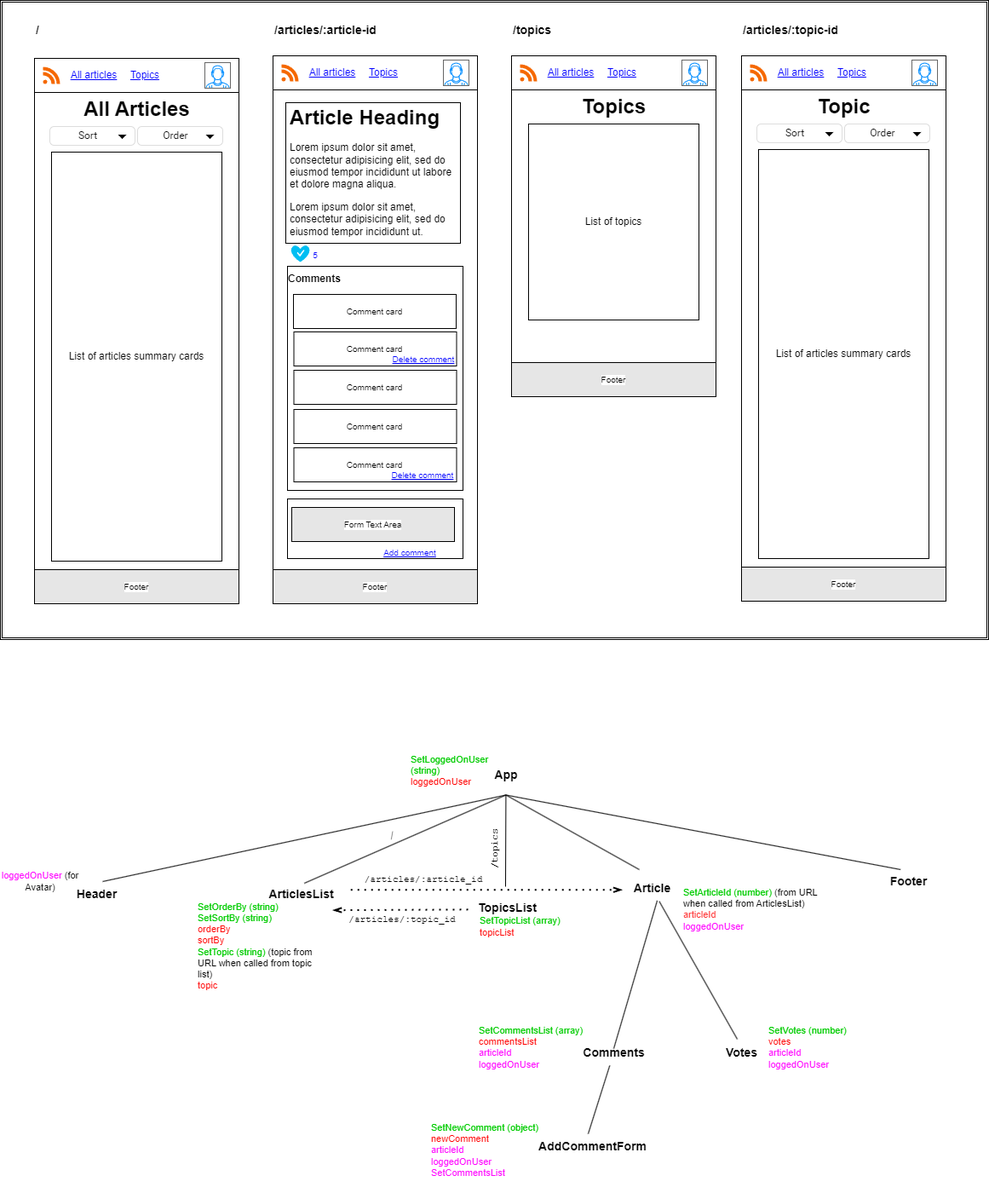
marcusyoung/nc-news keeps this draw.io diagram as plan.png. Above is the earlier version. Source tidied: cells renumbered, new cells last; positions are measured from the earlier drawing's top-left corner, leaving out a move shared by most shapes.
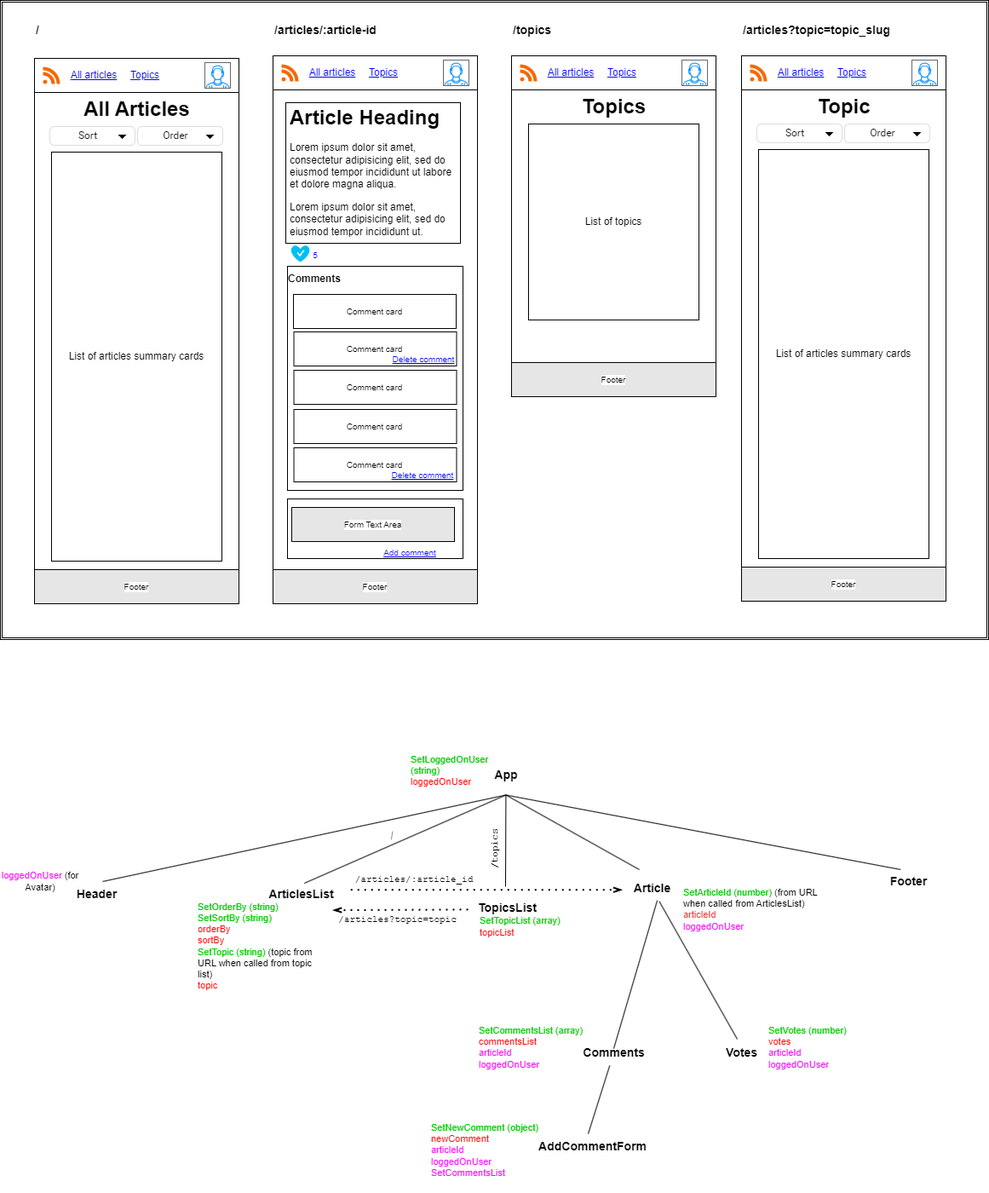
The same file after the commit.

The edit, as a diff of the source:
```diff
@@ -150,8 +150,8 @@
     <mxCell id="49" value="&lt;span style=&quot;font-size: 14px;&quot;&gt;/topics&lt;/span&gt;" style="text;html=1;strokeColor=none;fillColor=none;align=left;verticalAlign=middle;whiteSpace=wrap;rounded=0;labelBackgroundColor=default;fontSize=14;fontColor=#000000;fontStyle=1;" parent="1" vertex="1">
       <mxGeometry x="600" y="20" width="100" height="30" as="geometry" />
     </mxCell>
-    <mxCell id="50" value="&lt;span style=&quot;font-size: 14px;&quot;&gt;/articles/:topic-id&lt;/span&gt;" style="text;html=1;strokeColor=none;fillColor=none;align=left;verticalAlign=middle;whiteSpace=wrap;rounded=0;labelBackgroundColor=default;fontSize=14;fontColor=#000000;fontStyle=1;" parent="1" vertex="1">
-      <mxGeometry x="870" y="20" width="140" height="30" as="geometry" />
+    <mxCell id="50" value="&lt;span style=&quot;font-size: 14px;&quot;&gt;/articles?topic=topic_slug&lt;/span&gt;" style="text;html=1;strokeColor=none;fillColor=none;align=left;verticalAlign=middle;whiteSpace=wrap;rounded=0;labelBackgroundColor=default;fontSize=14;fontColor=#000000;fontStyle=1;" parent="1" vertex="1">
+      <mxGeometry x="870" y="20" width="200" height="30" as="geometry" />
     </mxCell>
     <mxCell id="51" style="swimlane;startSize=0;" parent="1" vertex="1">
       <mxGeometry x="870" y="65" width="240" height="640" as="geometry" />
@@ -298,10 +298,10 @@
       <mxGeometry x="550.3" y="980.5" width="60" height="30" as="geometry" />
     </mxCell>
     <mxCell id="93" value="/articles/:article_id" style="text;html=1;strokeColor=none;fillColor=none;align=center;verticalAlign=bottom;whiteSpace=wrap;rounded=0;fontFamily=Courier New;fontColor=#000000;rotation=0;fontSize=11;" parent="1" vertex="1">
-      <mxGeometry x="415" y="1010.5" width="163.8" height="30" as="geometry" />
+      <mxGeometry x="404" y="1010.5" width="163.8" height="30" as="geometry" />
     </mxCell>
-    <mxCell id="94" value="&lt;font face=&quot;Courier New&quot; style=&quot;font-size: 11px;&quot;&gt;/articles/:topic_id&lt;br style=&quot;font-size: 11px;&quot;&gt;&lt;/font&gt;" style="text;html=1;strokeColor=none;fillColor=none;align=center;verticalAlign=middle;whiteSpace=wrap;rounded=0;fontColor=#000000;rotation=0;fontSize=11;" parent="1" vertex="1">
-      <mxGeometry x="396.6" y="1064" width="150" height="30" as="geometry" />
+    <mxCell id="94" value="&lt;font face=&quot;Courier New&quot; style=&quot;font-size: 11px;&quot;&gt;/articles?topic=topic&lt;br style=&quot;font-size: 11px;&quot;&gt;&lt;/font&gt;" style="text;html=1;strokeColor=none;fillColor=none;align=center;verticalAlign=middle;whiteSpace=wrap;rounded=0;fontColor=#000000;rotation=0;fontSize=11;" parent="1" vertex="1">
+      <mxGeometry x="378" y="1064" width="176.6" height="30" as="geometry" />
     </mxCell>
   </root>
 </mxGraphModel>
```
